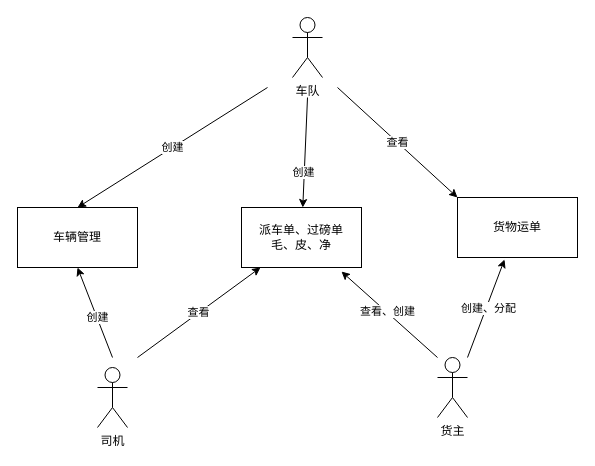
Earlier version of the draw.io diagram 数字站台.drawio (lipeng260/drawio). Source tidied: cells renumbered, new cells numbered last; positions are measured from the earlier drawing's top-left corner, leaving out a move shared by most shapes. Both pictures are drawn from the tidied source at 100%, with x=0, y=0 at pixel (17, 17).
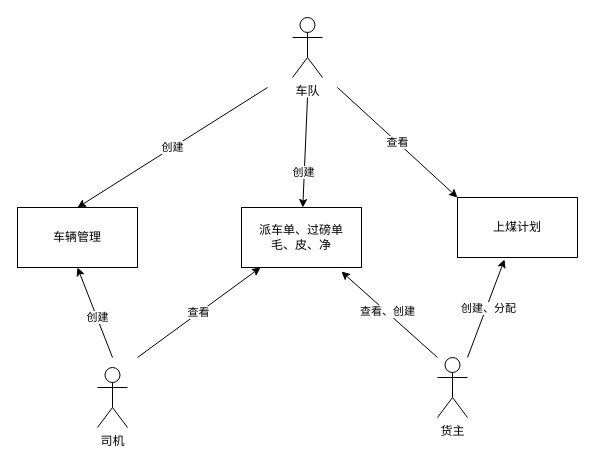
The same diagram, later.

What changed in the source:
```diff
@@
-    <mxCell id="12" value="货物运单" style="rounded=0;whiteSpace=wrap;html=1;" parent="1" vertex="1">
+    <mxCell id="12" value="上煤计划" style="rounded=0;whiteSpace=wrap;html=1;" parent="1" vertex="1">
       <mxGeometry x="440" y="180" width="120" height="60" as="geometry" />
     </mxCell>
```
